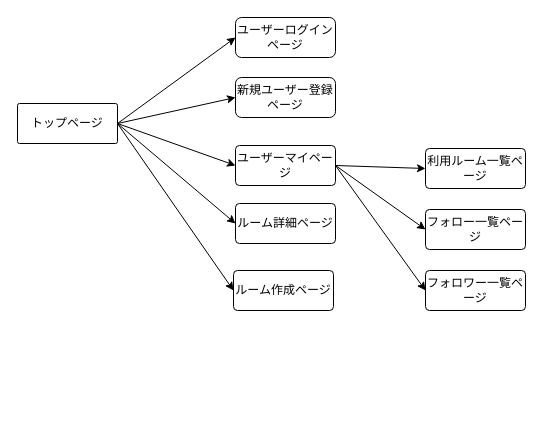
Earlier version of the draw.io diagram 画面遷移図.dio (harukicode0/discussion_app_2022). Source tidied: cells renumbered, new cells numbered last; positions are measured from the earlier drawing's top-left corner, leaving out a move shared by most shapes. Both pictures are drawn from the tidied source at 100%, with x=0, y=0 at pixel (17, 17).
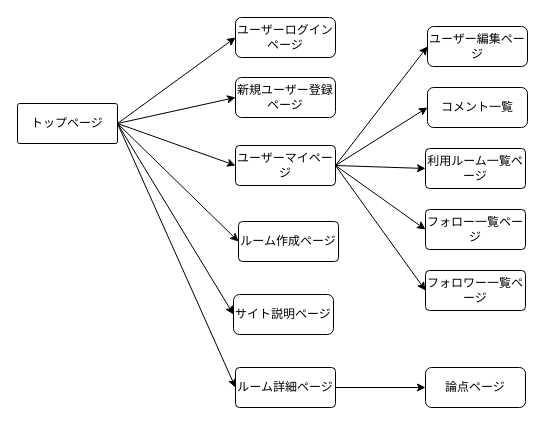
After the change.

The change refers to these unchanged cells:
```xml
<mxCell id="6" value="トップページ" style="rounded=1;arcSize=5;whiteSpace=wrap;html=1;align=center;" parent="1" vertex="1">
  <mxGeometry y="86" width="100" height="40" as="geometry" />
</mxCell>
<mxCell id="12" value="ユーザーマイページ" style="rounded=1;arcSize=10;whiteSpace=wrap;html=1;align=center;" parent="1" vertex="1">
  <mxGeometry x="218" y="128" width="100" height="40" as="geometry" />
</mxCell>
```

What changed in the source:
```diff
@@
     <mxCell id="13" value="ルーム詳細ページ" style="rounded=1;arcSize=10;whiteSpace=wrap;html=1;align=center;" parent="1" vertex="1">
-      <mxGeometry x="218" y="186" width="100" height="40" as="geometry" />
+      <mxGeometry x="218" y="350" width="100" height="40" as="geometry" />
     </mxCell>
@@
     <mxCell id="17" value="ルーム作成ページ" style="rounded=1;arcSize=10;whiteSpace=wrap;html=1;align=center;" parent="1" vertex="1">
-      <mxGeometry x="216" y="253" width="100" height="40" as="geometry" />
+      <mxGeometry x="221" y="204" width="100" height="40" as="geometry" />
     </mxCell>
@@
+    <mxCell id="19" value="コメント一覧" style="whiteSpace=wrap;html=1;align=center;rounded=1;" parent="1" vertex="1">
+      <mxGeometry x="410" y="70" width="100" height="40" as="geometry" />
+    </mxCell>
+    <mxCell id="20" style="edgeStyle=none;rounded=1;html=1;exitX=1;exitY=0.5;exitDx=0;exitDy=0;entryX=0;entryY=0.5;entryDx=0;entryDy=0;strokeColor=#000000;" parent="1" edge="1" source="12" target="19">
+      <mxGeometry relative="1" as="geometry" />
+    </mxCell>
+    <mxCell id="21" style="edgeStyle=none;rounded=1;html=1;exitX=1;exitY=0.5;exitDx=0;exitDy=0;entryX=0;entryY=0.5;entryDx=0;entryDy=0;strokeColor=#000000;" parent="1" edge="1" source="6" target="25">
+      <mxGeometry relative="1" as="geometry" />
+    </mxCell>
+    <mxCell id="22" style="edgeStyle=none;rounded=1;html=1;exitX=1;exitY=0.5;exitDx=0;exitDy=0;entryX=0;entryY=0.5;entryDx=0;entryDy=0;strokeColor=#000000;" parent="1" edge="1" source="12" target="24">
+      <mxGeometry relative="1" as="geometry" />
+    </mxCell>
+    <mxCell id="23" style="edgeStyle=none;rounded=1;html=1;exitX=1;exitY=0.5;exitDx=0;exitDy=0;strokeColor=#000000;entryX=0;entryY=0.5;entryDx=0;entryDy=0;" parent="1" edge="1" source="13" target="26">
+      <mxGeometry relative="1" as="geometry" />
+    </mxCell>
+    <mxCell id="24" value="ユーザー編集ページ" style="whiteSpace=wrap;html=1;align=center;rounded=1;" parent="1" vertex="1">
+      <mxGeometry x="410" y="9" width="100" height="40" as="geometry" />
+    </mxCell>
+    <mxCell id="25" value="サイト説明ページ" style="whiteSpace=wrap;html=1;align=center;rounded=1;" parent="1" vertex="1">
+      <mxGeometry x="216" y="277" width="100" height="40" as="geometry" />
+    </mxCell>
+    <mxCell id="26" value="論点ページ" style="whiteSpace=wrap;html=1;align=center;rounded=1;" parent="1" vertex="1">
+      <mxGeometry x="408" y="350" width="100" height="40" as="geometry" />
+    </mxCell>
```
